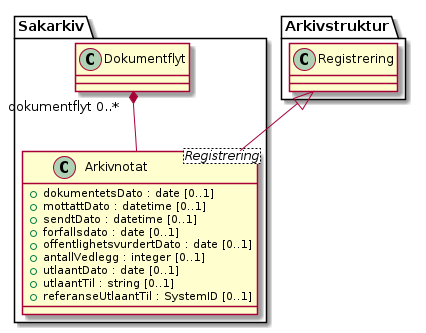
Earlier version of the PlantUML export kapitler/media/uml-class-arkivnotat.png (arkivverket/noark5-tjenestegrensesnitt-standard).
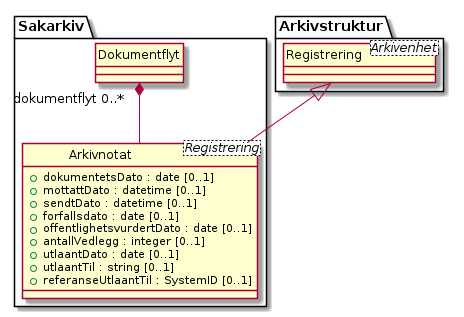
The same file after the commit.

Diff of the diagram source:
```diff
@@ -1,5 +1,6 @@
 @startuml
 skinparam nodesep 100
+hide circle
 class Sakarkiv.Arkivnotat <Registrering> {
   +dokumentetsDato : date [0..1]
   +mottattDato : datetime [0..1]
@@ -11,6 +12,10 @@
   +utlaantTil : string [0..1]
   +referanseUtlaantTil : SystemID [0..1]
 }
+class Sakarkiv.Dokumentflyt {
+}
 Sakarkiv.Dokumentflyt "dokumentflyt 0..*" *-- Sakarkiv.Arkivnotat
+class Arkivstruktur.Registrering <Arkivenhet> {
+}
 Arkivstruktur.Registrering <|-- Sakarkiv.Arkivnotat
 @enduml
```
